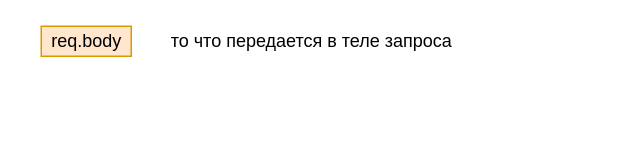
This is back-end/node/req и res.drawio from AlexeySolovey/notes, a draw.io file, before an edit. Source tidied: cells renumbered, new cells numbered last; positions are measured from the earlier drawing's top-left corner, leaving out a move shared by most shapes. Both pictures are drawn from the tidied source at 150%, with x=0, y=0 at pixel (40, 26).
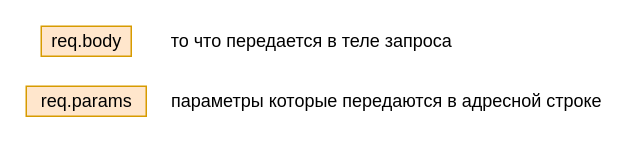
The same page after the edit.

Change to the diagram source:
```diff
@@
 <mxGraphModel>
   <root>
     <mxCell id="0" />
     <mxCell id="1" parent="0" />
     <mxCell id="2" value="req.body" style="text;html=1;align=center;verticalAlign=middle;fillColor=#ffe6cc;strokeColor=#d79b00;" parent="1" vertex="1">
       <mxGeometry width="60" height="20" as="geometry" />
     </mxCell>
     <mxCell id="3" value="то что передается в теле запроса" style="text;html=1;align=center;verticalAlign=middle;" parent="1" vertex="1">
       <mxGeometry x="80" width="200" height="20" as="geometry" />
     </mxCell>
+    <mxCell id="4" value="req.params" style="text;html=1;align=center;verticalAlign=middle;fillColor=#ffe6cc;strokeColor=#d79b00;" parent="1" vertex="1">
+      <mxGeometry x="-10" y="40" width="80" height="20" as="geometry" />
+    </mxCell>
+    <mxCell id="5" value="параметры которые передаются в адресной строке" style="text;html=1;align=center;verticalAlign=middle;" parent="1" vertex="1">
+      <mxGeometry x="80" y="40" width="300" height="20" as="geometry" />
+    </mxCell>
   </root>
 </mxGraphModel>
```
